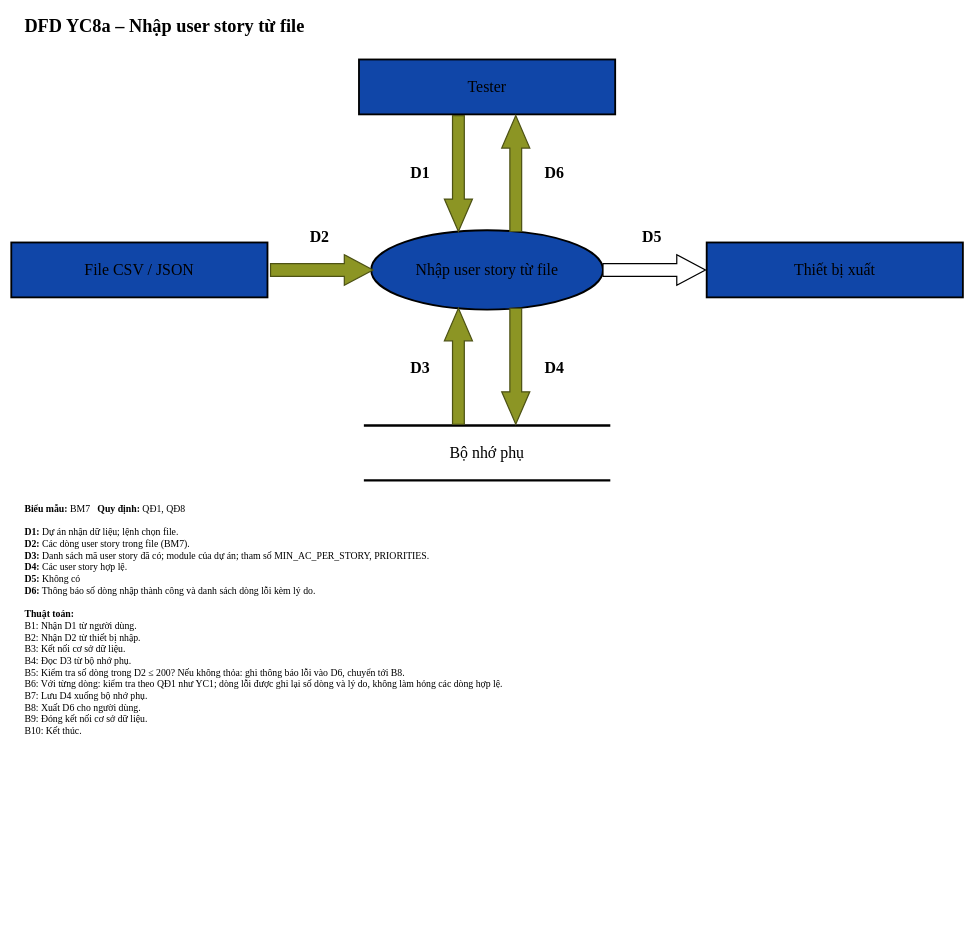
Earlier version of the draw.io diagram page "DFD YC8a – Nhập user story từ file" (1 of 2) of docs/dfd/YC08_NhapXuatDuLieu.drawio (quangphuoc73/Phan_Mem_Quan_Ly_Test_Cases). Source tidied: cells renumbered, new cells numbered last; positions are measured from the earlier drawing's top-left corner, leaving out a move shared by most shapes. Both pictures are drawn from the tidied source at 61%, with x=0, y=0 at pixel (11, 10).
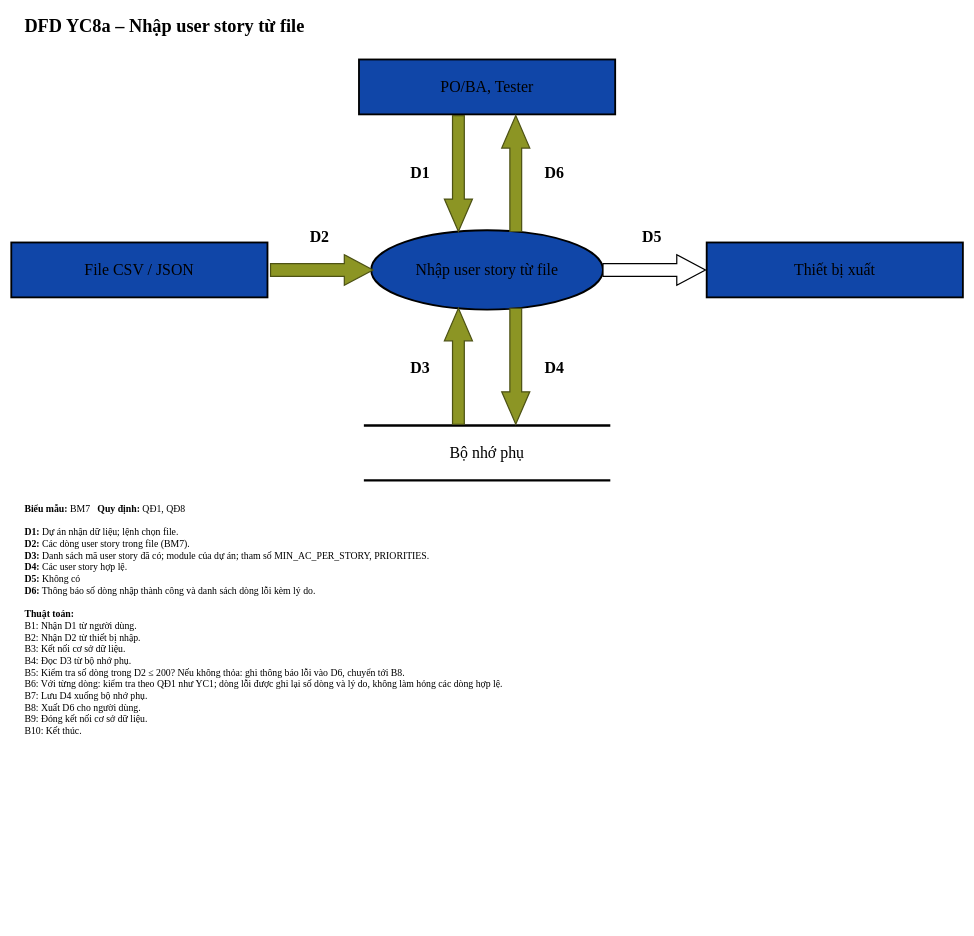
Above is the later version.

Diff of the diagram source:
```diff
@@
-    <mxCell id="3" value="Tester" style="rounded=0;whiteSpace=wrap;html=1;fillColor=#1046A8;strokeColor=#000000;strokeWidth=3;fontFamily=Times New Roman;fontSize=26;fontColor=#000000;" parent="1" vertex="1">
+    <mxCell id="3" value="PO/BA, Tester" style="rounded=0;whiteSpace=wrap;html=1;fillColor=#1046A8;strokeColor=#000000;strokeWidth=3;fontFamily=Times New Roman;fontSize=26;fontColor=#000000;" parent="1" vertex="1">
       <mxGeometry x="570" y="80" width="420" height="90" as="geometry" />
     </mxCell>
```
